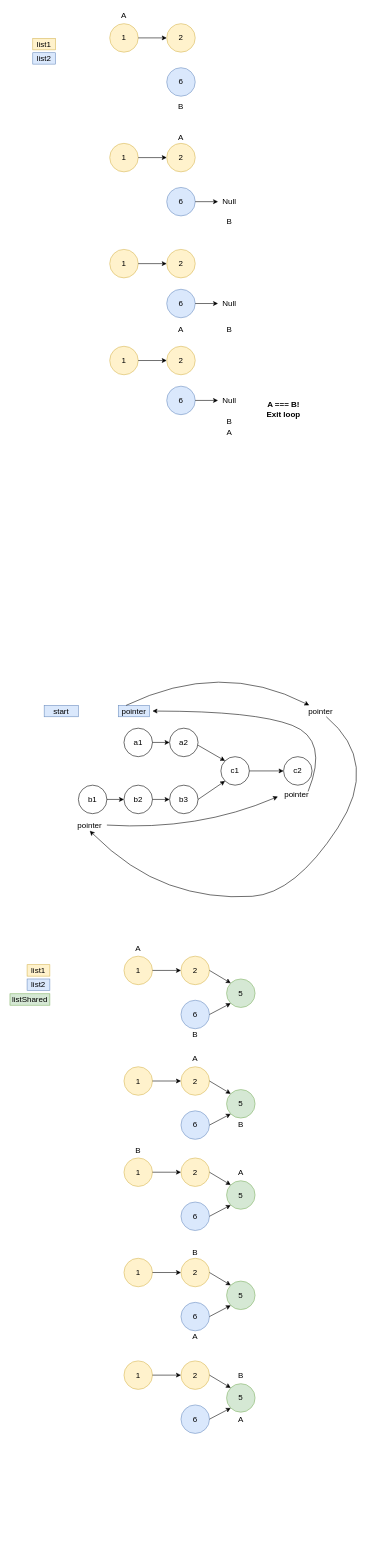
Above: page "LC160: Intersection of Two Linked Lists" (6 of 8) of Leetcode Visuals/Linked Lists.drawio in bcfchen/algorithm (draw.io), before the change. Source tidied: cells renumbered, new cells numbered last; positions are measured from the earlier drawing's top-left corner, leaving out a move shared by most shapes. Both pictures are drawn from the tidied source at 57%, with x=0, y=0 at pixel (10, 10).
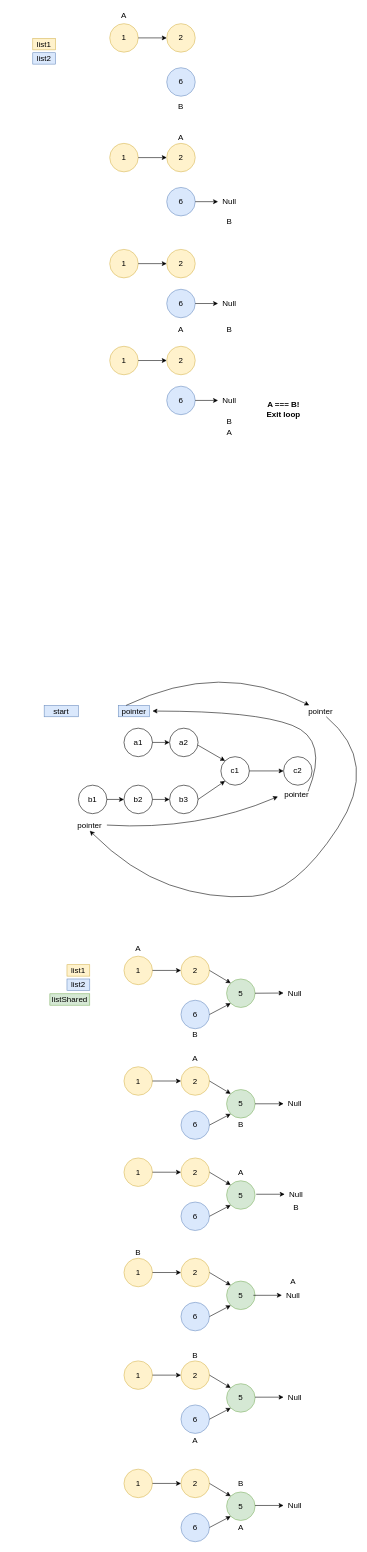
The same diagram, later.

Unchanged cells that the change refers to:
```xml
<mxCell id="4" value="5" style="ellipse;whiteSpace=wrap;html=1;fontSize=14;fillColor=#d5e8d4;align=center;strokeColor=#82b366;" parent="1" vertex="1">
  <mxGeometry x="380" y="1700" width="50" height="50" as="geometry" />
</mxCell>
<mxCell id="13" value="5" style="ellipse;whiteSpace=wrap;html=1;fontSize=14;fillColor=#d5e8d4;align=center;strokeColor=#82b366;" parent="1" vertex="1">
  <mxGeometry x="380" y="1894" width="50" height="50" as="geometry" />
</mxCell>
```

Change to the diagram source:
```diff
@@
     <mxCell id="20" value="list1" style="text;html=1;strokeColor=#d6b656;fillColor=#fff2cc;align=center;verticalAlign=middle;whiteSpace=wrap;rounded=0;fontSize=14;" parent="1" vertex="1">
-      <mxGeometry x="30" y="1675" width="40" height="20" as="geometry" />
+      <mxGeometry x="100" y="1675" width="40" height="20" as="geometry" />
     </mxCell>
     <mxCell id="21" value="list2" style="text;html=1;strokeColor=#6c8ebf;fillColor=#dae8fc;align=center;verticalAlign=middle;whiteSpace=wrap;rounded=0;fontSize=14;" parent="1" vertex="1">
-      <mxGeometry x="30" y="1700" width="40" height="20" as="geometry" />
+      <mxGeometry x="100" y="1700" width="40" height="20" as="geometry" />
     </mxCell>
     <mxCell id="22" value="listShared" style="text;html=1;strokeColor=#82b366;fillColor=#d5e8d4;align=center;verticalAlign=middle;whiteSpace=wrap;rounded=0;fontSize=14;" parent="1" vertex="1">
-      <mxGeometry y="1726" width="70" height="20" as="geometry" />
+      <mxGeometry x="70" y="1726" width="70" height="20" as="geometry" />
     </mxCell>
@@
     <mxCell id="31" value="B" style="text;html=1;strokeColor=none;fillColor=none;align=center;verticalAlign=middle;whiteSpace=wrap;rounded=0;fontSize=14;" parent="1" vertex="1">
-      <mxGeometry x="205" y="1990" width="40" height="20" as="geometry" />
+      <mxGeometry x="482" y="2091.3" width="40" height="20" as="geometry" />
     </mxCell>
@@
     <mxCell id="39" value="A" style="text;html=1;strokeColor=none;fillColor=none;align=center;verticalAlign=middle;whiteSpace=wrap;rounded=0;fontSize=14;" parent="1" vertex="1">
-      <mxGeometry x="305" y="2317.3" width="40" height="20" as="geometry" />
+      <mxGeometry x="477" y="2221.3" width="40" height="20" as="geometry" />
     </mxCell>
     <mxCell id="40" value="B" style="text;html=1;strokeColor=none;fillColor=none;align=center;verticalAlign=middle;whiteSpace=wrap;rounded=0;fontSize=14;" parent="1" vertex="1">
-      <mxGeometry x="305" y="2170" width="40" height="20" as="geometry" />
+      <mxGeometry x="205" y="2170" width="40" height="20" as="geometry" />
     </mxCell>
@@
     <mxCell id="48" value="A" style="text;html=1;strokeColor=none;fillColor=none;align=center;verticalAlign=middle;whiteSpace=wrap;rounded=0;fontSize=14;" parent="1" vertex="1">
-      <mxGeometry x="385" y="2462.3" width="40" height="20" as="geometry" />
+      <mxGeometry x="305" y="2500" width="40" height="20" as="geometry" />
     </mxCell>
     <mxCell id="49" value="B" style="text;html=1;strokeColor=none;fillColor=none;align=center;verticalAlign=middle;whiteSpace=wrap;rounded=0;fontSize=14;" parent="1" vertex="1">
-      <mxGeometry x="385" y="2385" width="40" height="20" as="geometry" />
+      <mxGeometry x="305" y="2350" width="40" height="20" as="geometry" />
     </mxCell>
@@
+    <mxCell id="107" value="Null" style="text;html=1;strokeColor=none;fillColor=none;align=center;verticalAlign=middle;whiteSpace=wrap;rounded=0;fontSize=14;" parent="1" vertex="1">
+      <mxGeometry x="480" y="1711" width="40" height="27.3" as="geometry" />
+    </mxCell>
+    <mxCell id="108" style="endArrow=classic;html=1;fontSize=14;exitX=1;exitY=0.5;exitDx=0;exitDy=0;entryX=0;entryY=0.5;entryDx=0;entryDy=0;" parent="1" edge="1" source="4" target="107">
+      <mxGeometry relative="1" as="geometry" />
+    </mxCell>
+    <mxCell id="109" value="Null" style="text;html=1;strokeColor=none;fillColor=none;align=center;verticalAlign=middle;whiteSpace=wrap;rounded=0;fontSize=14;" parent="1" vertex="1">
+      <mxGeometry x="480" y="1905.3" width="40" height="27.3" as="geometry" />
+    </mxCell>
+    <mxCell id="110" style="endArrow=classic;html=1;fontSize=14;entryX=0;entryY=0.5;entryDx=0;entryDy=0;exitX=1;exitY=0.5;exitDx=0;exitDy=0;" parent="1" edge="1" source="13" target="109">
+      <mxGeometry relative="1" as="geometry" />
+    </mxCell>
+    <mxCell id="111" value="Null" style="text;html=1;strokeColor=none;fillColor=none;align=center;verticalAlign=middle;whiteSpace=wrap;rounded=0;fontSize=14;" parent="1" vertex="1">
+      <mxGeometry x="482" y="2064" width="40" height="27.3" as="geometry" />
+    </mxCell>
+    <mxCell id="112" style="endArrow=classic;html=1;fontSize=14;entryX=0;entryY=0.5;entryDx=0;entryDy=0;exitX=1;exitY=0.5;exitDx=0;exitDy=0;" parent="1" edge="1" target="111">
+      <mxGeometry relative="1" as="geometry">
+        <mxPoint x="432" y="2077.7" as="sourcePoint" />
+      </mxGeometry>
+    </mxCell>
+    <mxCell id="113" value="Null" style="text;html=1;strokeColor=none;fillColor=none;align=center;verticalAlign=middle;whiteSpace=wrap;rounded=0;fontSize=14;" parent="1" vertex="1">
+      <mxGeometry x="477" y="2241.3" width="40" height="27.3" as="geometry" />
+    </mxCell>
+    <mxCell id="114" style="endArrow=classic;html=1;fontSize=14;entryX=0;entryY=0.5;entryDx=0;entryDy=0;exitX=1;exitY=0.5;exitDx=0;exitDy=0;" parent="1" edge="1" target="113">
+      <mxGeometry relative="1" as="geometry">
+        <mxPoint x="427" y="2255" as="sourcePoint" />
+      </mxGeometry>
+    </mxCell>
+    <mxCell id="115" value="Null" style="text;html=1;strokeColor=none;fillColor=none;align=center;verticalAlign=middle;whiteSpace=wrap;rounded=0;fontSize=14;" parent="1" vertex="1">
+      <mxGeometry x="480" y="2420" width="40" height="27.3" as="geometry" />
+    </mxCell>
+    <mxCell id="116" style="endArrow=classic;html=1;fontSize=14;entryX=0;entryY=0.5;entryDx=0;entryDy=0;exitX=1;exitY=0.5;exitDx=0;exitDy=0;" parent="1" edge="1" target="115">
+      <mxGeometry relative="1" as="geometry">
+        <mxPoint x="430" y="2433.7" as="sourcePoint" />
+      </mxGeometry>
+    </mxCell>
+    <mxCell id="117" value="1" style="ellipse;whiteSpace=wrap;html=1;fontSize=14;fillColor=#fff2cc;align=center;strokeColor=#d6b656;" parent="1" vertex="1">
+      <mxGeometry x="200" y="2560" width="50" height="50" as="geometry" />
+    </mxCell>
+    <mxCell id="118" value="2" style="ellipse;whiteSpace=wrap;html=1;fontSize=14;fillColor=#fff2cc;align=center;strokeColor=#d6b656;" parent="1" vertex="1">
+      <mxGeometry x="300" y="2560" width="50" height="50" as="geometry" />
+    </mxCell>
+    <mxCell id="119" value="5" style="ellipse;whiteSpace=wrap;html=1;fontSize=14;fillColor=#d5e8d4;align=center;strokeColor=#82b366;" parent="1" vertex="1">
+      <mxGeometry x="380" y="2600" width="50" height="50" as="geometry" />
+    </mxCell>
+    <mxCell id="120" value="6" style="ellipse;whiteSpace=wrap;html=1;fontSize=14;fillColor=#dae8fc;align=center;strokeColor=#6c8ebf;" parent="1" vertex="1">
+      <mxGeometry x="300" y="2637.3" width="50" height="50" as="geometry" />
+    </mxCell>
+    <mxCell id="121" style="endArrow=classic;html=1;fontSize=14;exitX=1;exitY=0.5;exitDx=0;exitDy=0;entryX=0;entryY=0.5;entryDx=0;entryDy=0;" parent="1" edge="1" source="117" target="118">
+      <mxGeometry relative="1" as="geometry" />
+    </mxCell>
+    <mxCell id="122" style="endArrow=classic;html=1;fontSize=14;exitX=1;exitY=0.5;exitDx=0;exitDy=0;entryX=0;entryY=0;entryDx=0;entryDy=0;" parent="1" edge="1" source="118" target="119">
+      <mxGeometry relative="1" as="geometry" />
+    </mxCell>
+    <mxCell id="123" style="endArrow=classic;html=1;fontSize=14;exitX=1;exitY=0.5;exitDx=0;exitDy=0;entryX=0;entryY=1;entryDx=0;entryDy=0;" parent="1" edge="1" source="120" target="119">
+      <mxGeometry relative="1" as="geometry" />
+    </mxCell>
+    <mxCell id="124" value="A" style="text;html=1;strokeColor=none;fillColor=none;align=center;verticalAlign=middle;whiteSpace=wrap;rounded=0;fontSize=14;" parent="1" vertex="1">
+      <mxGeometry x="385" y="2652.3" width="40" height="20" as="geometry" />
+    </mxCell>
+    <mxCell id="125" value="B" style="text;html=1;strokeColor=none;fillColor=none;align=center;verticalAlign=middle;whiteSpace=wrap;rounded=0;fontSize=14;" parent="1" vertex="1">
+      <mxGeometry x="385" y="2575" width="40" height="20" as="geometry" />
+    </mxCell>
+    <mxCell id="126" value="Null" style="text;html=1;strokeColor=none;fillColor=none;align=center;verticalAlign=middle;whiteSpace=wrap;rounded=0;fontSize=14;" parent="1" vertex="1">
+      <mxGeometry x="480" y="2610" width="40" height="27.3" as="geometry" />
+    </mxCell>
+    <mxCell id="127" style="endArrow=classic;html=1;fontSize=14;entryX=0;entryY=0.5;entryDx=0;entryDy=0;exitX=1;exitY=0.5;exitDx=0;exitDy=0;" parent="1" edge="1" target="126">
+      <mxGeometry relative="1" as="geometry">
+        <mxPoint x="430" y="2623.7" as="sourcePoint" />
+      </mxGeometry>
+    </mxCell>
```
